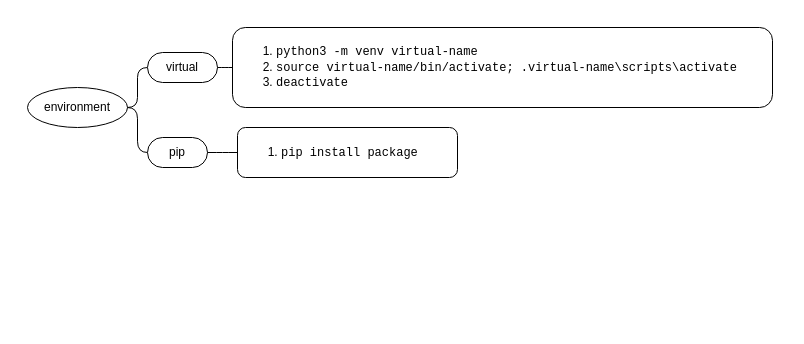
The draw.io diagram python/python.drawio in yangdj/tf_docs, before the edit. Source tidied: cells renumbered, new cells numbered last; positions are measured from the earlier drawing's top-left corner, leaving out a move shared by most shapes. Both pictures are drawn from the tidied source at 100%, with x=0, y=0 at pixel (17, 17).
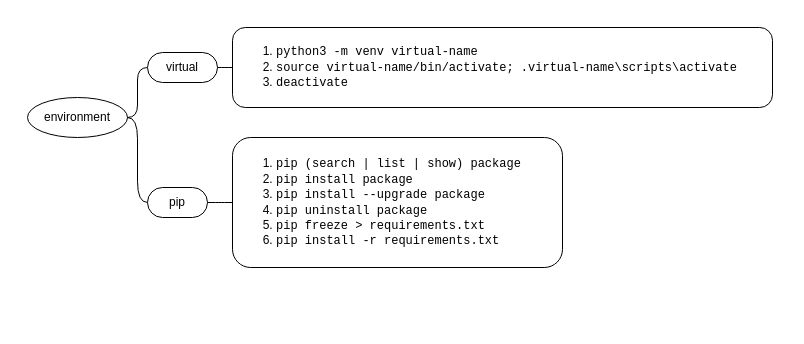
The same page after the edit.

Change to the diagram source:
```diff
@@
 <mxGraphModel>
   <root>
     <mxCell id="0" />
     <mxCell id="1" parent="0" />
     <mxCell id="2" style="swimlane;html=1;startSize=20;horizontal=1;containerType=tree;fillColor=none;strokeColor=none;" parent="1" vertex="1">
       <mxGeometry width="770" height="310" as="geometry" />
     </mxCell>
     <mxCell id="3" style="edgeStyle=entityRelationEdgeStyle;startArrow=none;endArrow=none;segment=10;curved=1;" parent="2" edge="1" source="4" target="5">
       <mxGeometry relative="1" as="geometry" />
     </mxCell>
     <mxCell id="4" value="environment" style="ellipse;whiteSpace=wrap;html=1;align=center;newEdgeStyle={&quot;edgeStyle&quot;:&quot;entityRelationEdgeStyle&quot;,&quot;startArrow&quot;:&quot;none&quot;,&quot;endArrow&quot;:&quot;none&quot;,&quot;segment&quot;:10,&quot;curved&quot;:1};" parent="2" vertex="1">
-      <mxGeometry x="10" y="70" width="100" height="40" as="geometry" />
+      <mxGeometry x="10" y="80" width="100" height="40" as="geometry" />
     </mxCell>
     <mxCell id="5" value="pip" style="whiteSpace=wrap;html=1;rounded=1;arcSize=50;align=center;verticalAlign=middle;strokeWidth=1;spacing=4;newEdgeStyle={&quot;edgeStyle&quot;:&quot;entityRelationEdgeStyle&quot;,&quot;startArrow&quot;:&quot;none&quot;,&quot;endArrow&quot;:&quot;none&quot;,&quot;segment&quot;:10,&quot;curved&quot;:1};" parent="2" vertex="1">
-      <mxGeometry x="130" y="120" width="60" height="30" as="geometry" />
+      <mxGeometry x="130" y="170" width="60" height="30" as="geometry" />
     </mxCell>
     <mxCell id="6" style="edgeStyle=entityRelationEdgeStyle;startArrow=none;endArrow=none;segment=10;curved=1;" parent="2" edge="1" source="5" target="7">
       <mxGeometry relative="1" as="geometry" />
     </mxCell>
-    <mxCell id="7" value="&lt;ol&gt;&lt;li&gt;&lt;font face=&quot;Courier New&quot;&gt;pip install package&lt;/font&gt;&lt;/li&gt;&lt;/ol&gt;" style="whiteSpace=wrap;html=1;rounded=1;arcSize=16;align=left;verticalAlign=middle;strokeWidth=1;spacing=4;newEdgeStyle={&quot;edgeStyle&quot;:&quot;entityRelationEdgeStyle&quot;,&quot;startArrow&quot;:&quot;none&quot;,&quot;endArrow&quot;:&quot;none&quot;,&quot;segment&quot;:10,&quot;curved&quot;:1};" parent="2" vertex="1">
-      <mxGeometry x="220" y="110" width="220" height="50" as="geometry" />
+    <mxCell id="7" value="&lt;ol&gt;&lt;li&gt;&lt;font face=&quot;Courier New&quot;&gt;pip (search | list | show) package&lt;/font&gt;&lt;/li&gt;&lt;li&gt;&lt;font face=&quot;Courier New&quot;&gt;pip install package&lt;/font&gt;&lt;/li&gt;&lt;li&gt;&lt;font face=&quot;Courier New&quot;&gt;pip install --upgrade package&lt;/font&gt;&lt;/li&gt;&lt;li&gt;&lt;font face=&quot;Courier New&quot;&gt;pip uninstall package&lt;/font&gt;&lt;/li&gt;&lt;li&gt;&lt;font face=&quot;Courier New&quot;&gt;pip freeze &amp;gt; requirements.txt&lt;/font&gt;&lt;/li&gt;&lt;li&gt;&lt;font face=&quot;Courier New&quot;&gt;pip install -r requirements.txt&lt;/font&gt;&lt;/li&gt;&lt;/ol&gt;" style="whiteSpace=wrap;html=1;rounded=1;arcSize=14;align=left;verticalAlign=middle;strokeWidth=1;spacing=4;newEdgeStyle={&quot;edgeStyle&quot;:&quot;entityRelationEdgeStyle&quot;,&quot;startArrow&quot;:&quot;none&quot;,&quot;endArrow&quot;:&quot;none&quot;,&quot;segment&quot;:10,&quot;curved&quot;:1};" parent="2" vertex="1">
+      <mxGeometry x="215" y="120" width="330" height="130" as="geometry" />
     </mxCell>
     <mxCell id="8" style="edgeStyle=entityRelationEdgeStyle;startArrow=none;endArrow=none;segment=10;curved=1;" parent="2" edge="1" source="4" target="9">
       <mxGeometry relative="1" as="geometry" />
     </mxCell>
     <mxCell id="9" value="virtual" style="whiteSpace=wrap;html=1;rounded=1;arcSize=50;align=center;verticalAlign=middle;strokeWidth=1;spacing=4;newEdgeStyle={&quot;edgeStyle&quot;:&quot;entityRelationEdgeStyle&quot;,&quot;startArrow&quot;:&quot;none&quot;,&quot;endArrow&quot;:&quot;none&quot;,&quot;segment&quot;:10,&quot;curved&quot;:1};" parent="2" vertex="1">
       <mxGeometry x="130" y="35" width="70" height="30" as="geometry" />
     </mxCell>
     <mxCell id="10" style="edgeStyle=entityRelationEdgeStyle;startArrow=none;endArrow=none;segment=10;curved=1;" parent="2" edge="1" source="9" target="11">
       <mxGeometry relative="1" as="geometry" />
     </mxCell>
     <mxCell id="11" value="&lt;ol&gt;&lt;li&gt;&lt;font face=&quot;Courier New&quot;&gt;python3 -m venv virtual-name&lt;/font&gt;&lt;/li&gt;&lt;li&gt;&lt;font face=&quot;Courier New&quot;&gt;source virtual-name/bin/activate;&amp;nbsp;.virtual-name\scripts\activate&lt;/font&gt;&lt;/li&gt;&lt;li&gt;&lt;font face=&quot;Courier New&quot;&gt;deactivate&lt;/font&gt;&lt;/li&gt;&lt;/ol&gt;" style="whiteSpace=wrap;html=1;rounded=1;arcSize=16;align=left;verticalAlign=middle;strokeWidth=1;spacing=4;newEdgeStyle={&quot;edgeStyle&quot;:&quot;entityRelationEdgeStyle&quot;,&quot;startArrow&quot;:&quot;none&quot;,&quot;endArrow&quot;:&quot;none&quot;,&quot;segment&quot;:10,&quot;curved&quot;:1};" parent="2" vertex="1">
       <mxGeometry x="215" y="10" width="540" height="80" as="geometry" />
     </mxCell>
   </root>
 </mxGraphModel>
```
